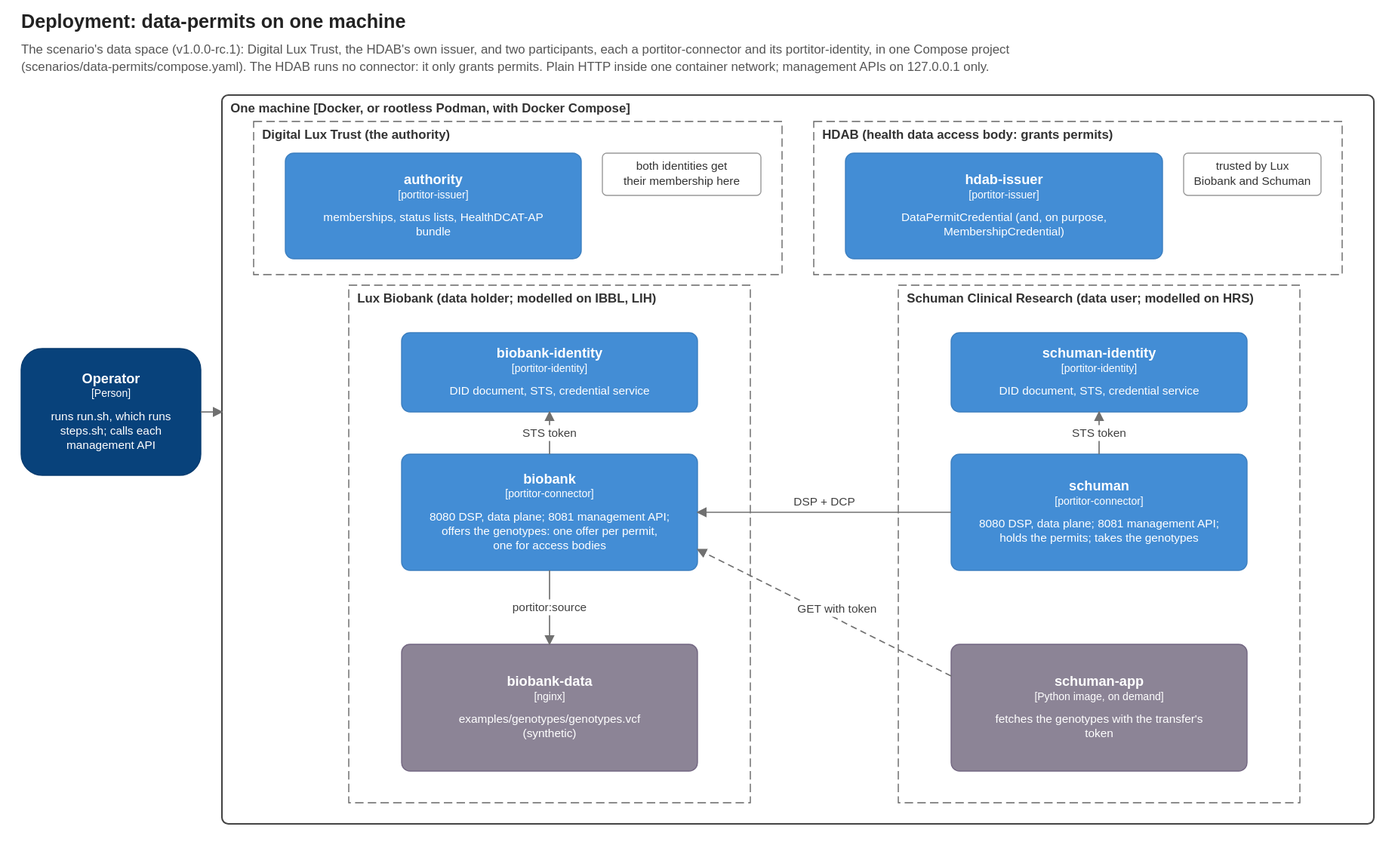
Earlier version of the draw.io export scenarios/data-permits/diagrams/deployment.drawio.svg (brunopacheco1/portitor). Source tidied: cells renumbered, new cells last; positions are measured from the earlier drawing's top-left corner, leaving out a move shared by most shapes.
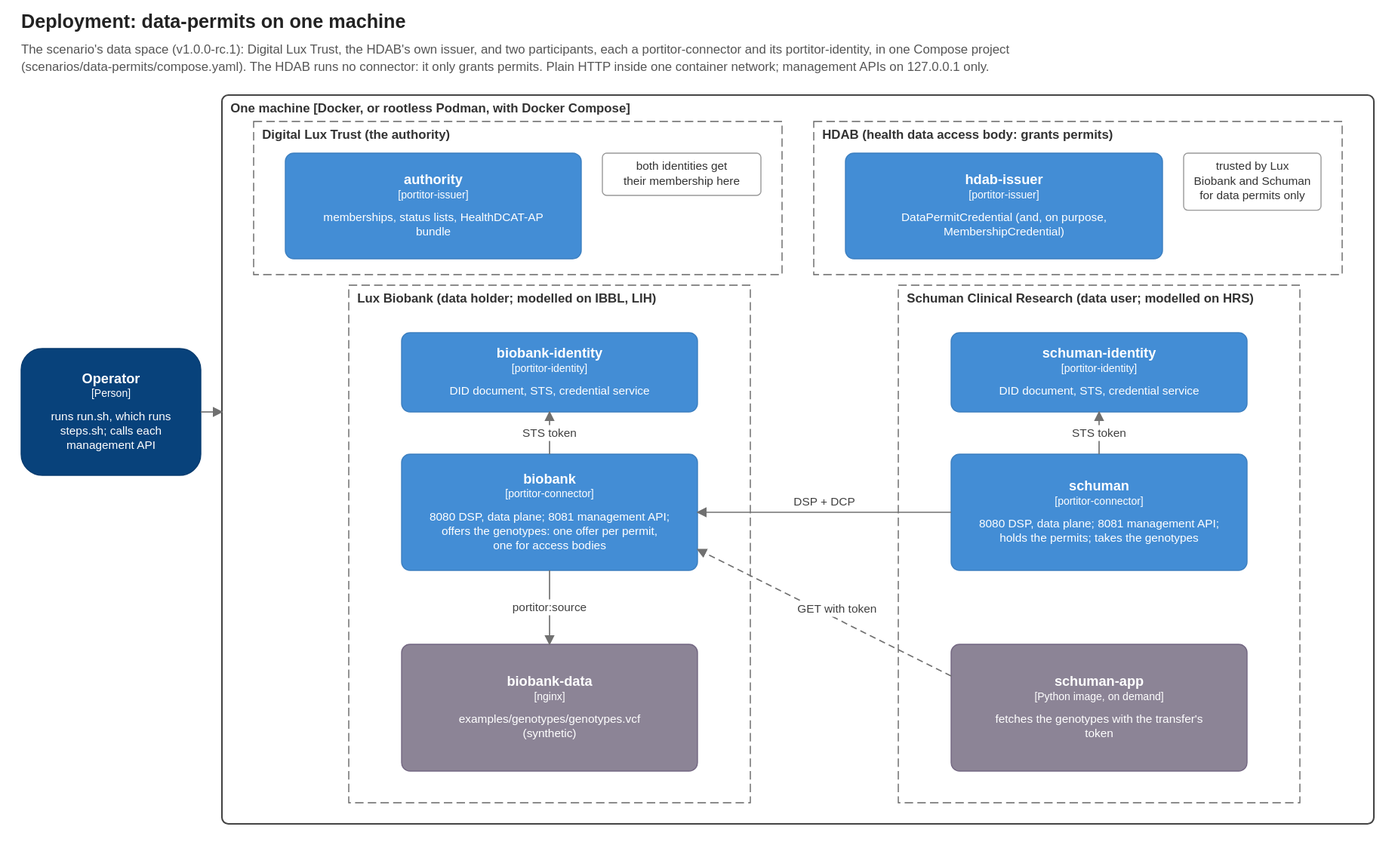
After the commit.

What changed in the source:
```diff
@@ -29,8 +29,8 @@
     <mxCell id="10" value="&lt;b&gt;hdab-issuer&lt;/b&gt;&lt;br&gt;&lt;font style=&quot;font-size:10px&quot;&gt;[portitor-issuer]&lt;/font&gt;&lt;br&gt;&lt;br&gt;&lt;font style=&quot;font-size:11px&quot;&gt;DataPermitCredential (and, on purpose, MembershipCredential)&lt;/font&gt;" style="rounded=1;arcSize=8;whiteSpace=wrap;html=1;fillColor=#438DD5;strokeColor=#3C7FC0;fontColor=#FFFFFF;fontSize=13;align=center;verticalAlign=middle;c4Kind=container;c4Name=hdab-issuer;" parent="1" vertex="1">
       <mxGeometry x="780" y="135" width="300" height="100" as="geometry" />
     </mxCell>
-    <mxCell id="11" value="trusted by Lux Biobank and Schuman" style="rounded=1;arcSize=4;whiteSpace=wrap;html=1;fillColor=#FFFFFF;strokeColor=#999999;fontColor=#333333;fontSize=11;align=center;verticalAlign=middle;c4Kind=note;c4Name=trusted by Lux Biobank and Schuman;" parent="1" vertex="1">
-      <mxGeometry x="1100" y="135" width="130" height="40" as="geometry" />
+    <mxCell id="11" value="trusted by Lux Biobank and Schuman for data permits only" style="rounded=1;arcSize=4;whiteSpace=wrap;html=1;fillColor=#FFFFFF;strokeColor=#999999;fontColor=#333333;fontSize=11;align=center;verticalAlign=middle;c4Kind=note;c4Name=trusted by Lux Biobank and Schuman for data permits only;" parent="1" vertex="1">
+      <mxGeometry x="1100" y="135" width="130" height="54" as="geometry" />
     </mxCell>
     <mxCell id="12" value="Lux Biobank  (data holder; modelled on IBBL, LIH)" style="rounded=0;whiteSpace=wrap;html=1;fillColor=none;dashed=1;dashPattern=8 4;strokeColor=#666666;fontColor=#333333;align=left;verticalAlign=top;spacingLeft=8;spacingTop=4;fontSize=12;fontStyle=1;" parent="1" vertex="1">
       <mxGeometry x="310" y="260" width="380" height="490" as="geometry" />
```
